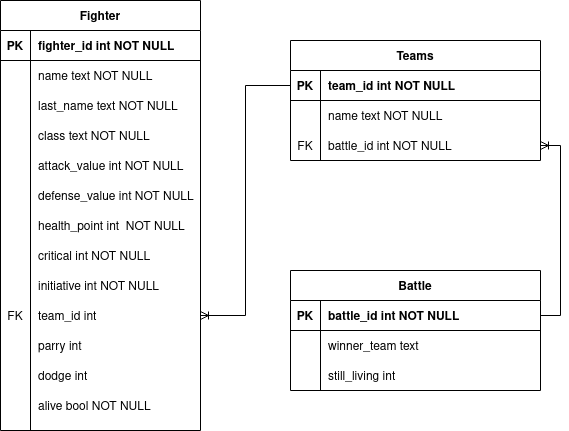
Earlier version of the draw.io export uml_database.drawio.png (nomisirenh/auto_combat_game). Source tidied: cells renumbered, new cells last; positions are measured from the earlier drawing's top-left corner, leaving out a move shared by most shapes.
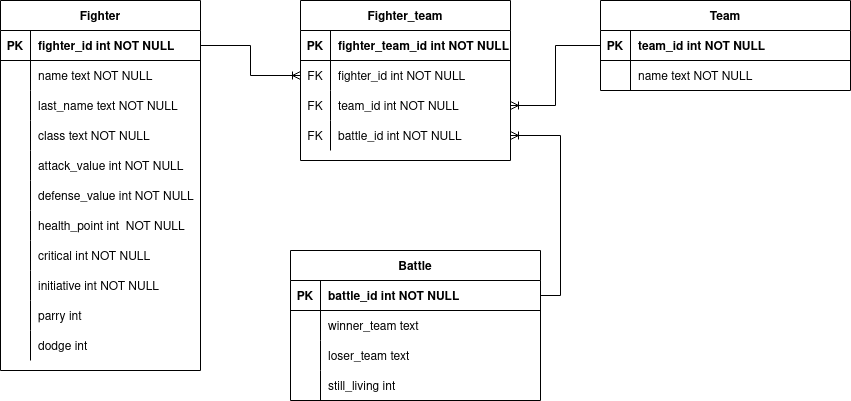
Above is the later version.

Commit message:
Create table and correct UML

Change to the diagram source:
```diff
@@ -2,8 +2,8 @@
   <root>
     <mxCell id="0" />
     <mxCell id="1" parent="0" />
-    <mxCell id="2" value="Teams" style="shape=table;startSize=30;rowLines=0;fontStyle=1;align=center;" parent="1" vertex="1">
-      <mxGeometry x="290" y="40" width="250" height="120" as="geometry" />
+    <mxCell id="2" value="Team" style="shape=table;startSize=30;rowLines=0;fontStyle=1;align=center;" parent="1" vertex="1">
+      <mxGeometry x="530" width="250" height="90" as="geometry" />
     </mxCell>
     <mxCell id="3" style="shape=partialRectangle;fillColor=none;points=[[0,0.5],[1,0.5]];portConstraint=eastwest;top=0;left=0;right=0;bottom=1;" parent="2" vertex="1">
       <mxGeometry y="30" width="250" height="30" as="geometry" />
@@ -23,17 +23,8 @@
     <mxCell id="8" value="name text NOT NULL" style="shape=partialRectangle;overflow=hidden;fillColor=none;top=0;left=0;bottom=0;right=0;align=left;spacingLeft=6;" parent="6" vertex="1">
       <mxGeometry x="30" width="220" height="30" as="geometry" />
     </mxCell>
-    <mxCell id="9" style="shape=partialRectangle;fillColor=none;points=[[0,0.5],[1,0.5]];portConstraint=eastwest;top=0;left=0;right=0;bottom=0;" parent="2" vertex="1">
-      <mxGeometry y="90" width="250" height="30" as="geometry" />
-    </mxCell>
-    <mxCell id="10" value="FK" style="shape=partialRectangle;overflow=hidden;fillColor=none;top=0;left=0;bottom=0;right=0;" parent="9" vertex="1">
-      <mxGeometry width="30" height="30" as="geometry" />
-    </mxCell>
-    <mxCell id="11" value="battle_id int NOT NULL" style="shape=partialRectangle;overflow=hidden;fillColor=none;top=0;left=0;bottom=0;right=0;align=left;spacingLeft=6;" parent="9" vertex="1">
-      <mxGeometry x="30" width="220" height="30" as="geometry" />
-    </mxCell>
     <mxCell id="12" value="Battle" style="shape=table;startSize=30;rowLines=0;fontStyle=1;align=center;" parent="1" vertex="1">
-      <mxGeometry x="290" y="270" width="250" height="120" as="geometry" />
+      <mxGeometry x="220" y="250" width="250" height="150" as="geometry" />
     </mxCell>
     <mxCell id="13" style="shape=partialRectangle;fillColor=none;points=[[0,0.5],[1,0.5]];portConstraint=eastwest;top=0;left=0;right=0;bottom=1;" parent="12" vertex="1">
       <mxGeometry y="30" width="250" height="30" as="geometry" />
@@ -53,8 +44,17 @@
     <mxCell id="18" value="winner_team text " style="shape=partialRectangle;overflow=hidden;fillColor=none;top=0;left=0;bottom=0;right=0;align=left;spacingLeft=6;" parent="16" vertex="1">
       <mxGeometry x="30" width="220" height="30" as="geometry" />
     </mxCell>
+    <mxCell id="9" style="shape=partialRectangle;fillColor=none;points=[[0,0.5],[1,0.5]];portConstraint=eastwest;top=0;left=0;right=0;bottom=0;" parent="12" vertex="1">
+      <mxGeometry y="90" width="250" height="30" as="geometry" />
+    </mxCell>
+    <mxCell id="64" style="shape=partialRectangle;overflow=hidden;fillColor=none;top=0;left=0;bottom=0;right=0;" parent="9" vertex="1">
+      <mxGeometry width="30" height="30" as="geometry" />
+    </mxCell>
+    <mxCell id="65" value="loser_team text" style="shape=partialRectangle;overflow=hidden;fillColor=none;top=0;left=0;bottom=0;right=0;align=left;spacingLeft=6;" parent="9" vertex="1">
+      <mxGeometry x="30" width="220" height="30" as="geometry" />
+    </mxCell>
     <mxCell id="19" style="shape=partialRectangle;fillColor=none;top=0;left=0;right=0;bottom=0;" parent="12" vertex="1">
-      <mxGeometry y="90" width="250" height="30" as="geometry" />
+      <mxGeometry y="120" width="250" height="30" as="geometry" />
     </mxCell>
     <mxCell id="20" style="shape=partialRectangle;overflow=hidden;fillColor=none;top=0;left=0;bottom=0;right=0;" parent="19" vertex="1">
       <mxGeometry width="30" height="30" as="geometry" />
@@ -63,7 +63,7 @@
       <mxGeometry x="30" width="220" height="30" as="geometry" />
     </mxCell>
     <mxCell id="22" value="Fighter" style="shape=table;startSize=30;rowLines=0;fontStyle=1;align=center;" parent="1" vertex="1">
-      <mxGeometry width="200" height="430" as="geometry" />
+      <mxGeometry x="-70" width="200" height="370" as="geometry" />
     </mxCell>
     <mxCell id="23" style="shape=partialRectangle;fillColor=none;top=0;left=0;bottom=1;right=0;points=[[0,0.5],[1,0.5]];portConstraint=eastwest;" parent="22" vertex="1">
       <mxGeometry y="30" width="200" height="30" as="geometry" />
@@ -146,17 +146,8 @@
     <mxCell id="49" value="initiative int NOT NULL" style="shape=partialRectangle;fillColor=none;top=0;left=0;bottom=0;right=0;align=left;spacingLeft=6;overflow=hidden;" parent="47" vertex="1">
       <mxGeometry x="30" width="170" height="30" as="geometry" />
     </mxCell>
-    <mxCell id="50" style="shape=partialRectangle;fillColor=none;top=0;left=0;bottom=0;right=0;points=[[0,0.5],[1,0.5]];portConstraint=eastwest;" parent="22" vertex="1">
-      <mxGeometry y="300" width="200" height="30" as="geometry" />
-    </mxCell>
-    <mxCell id="51" value="FK" style="shape=partialRectangle;fillColor=none;top=0;left=0;bottom=0;right=0;overflow=hidden;" parent="50" vertex="1">
-      <mxGeometry width="30" height="30" as="geometry" />
-    </mxCell>
-    <mxCell id="52" value="team_id int" style="shape=partialRectangle;fillColor=none;top=0;left=0;bottom=0;right=0;align=left;spacingLeft=6;overflow=hidden;" parent="50" vertex="1">
-      <mxGeometry x="30" width="170" height="30" as="geometry" />
-    </mxCell>
     <mxCell id="53" style="shape=partialRectangle;fillColor=none;top=0;left=0;bottom=0;right=0;" parent="22" vertex="1">
-      <mxGeometry y="330" width="200" height="30" as="geometry" />
+      <mxGeometry y="300" width="200" height="30" as="geometry" />
     </mxCell>
     <mxCell id="54" style="shape=partialRectangle;fillColor=none;top=0;left=0;bottom=0;right=0;overflow=hidden;" parent="53" vertex="1">
       <mxGeometry width="30" height="30" as="geometry" />
@@ -165,7 +156,7 @@
       <mxGeometry x="30" width="170" height="30" as="geometry" />
     </mxCell>
     <mxCell id="56" style="shape=partialRectangle;fillColor=none;top=0;left=0;bottom=0;right=0;" parent="22" vertex="1">
-      <mxGeometry y="360" width="200" height="30" as="geometry" />
+      <mxGeometry y="330" width="200" height="30" as="geometry" />
     </mxCell>
     <mxCell id="57" style="shape=partialRectangle;fillColor=none;top=0;left=0;bottom=0;right=0;overflow=hidden;" parent="56" vertex="1">
       <mxGeometry width="30" height="30" as="geometry" />
@@ -173,20 +164,53 @@
     <mxCell id="58" value="dodge int" style="shape=partialRectangle;fillColor=none;top=0;left=0;bottom=0;right=0;align=left;spacingLeft=6;overflow=hidden;" parent="56" vertex="1">
       <mxGeometry x="30" width="170" height="30" as="geometry" />
     </mxCell>
-    <mxCell id="59" style="shape=partialRectangle;fillColor=none;top=0;left=0;bottom=0;right=0;" parent="22" vertex="1">
-      <mxGeometry y="390" width="200" height="30" as="geometry" />
-    </mxCell>
-    <mxCell id="60" style="shape=partialRectangle;fillColor=none;top=0;left=0;bottom=0;right=0;overflow=hidden;" parent="59" vertex="1">
-      <mxGeometry width="30" height="30" as="geometry" />
-    </mxCell>
-    <mxCell id="61" value="alive bool NOT NULL" style="shape=partialRectangle;fillColor=none;top=0;left=0;bottom=0;right=0;align=left;spacingLeft=6;overflow=hidden;" parent="59" vertex="1">
-      <mxGeometry x="30" width="170" height="30" as="geometry" />
-    </mxCell>
-    <mxCell id="62" style="edgeStyle=orthogonalEdgeStyle;rounded=0;jettySize=auto;html=1;exitX=1;exitY=0.5;exitDx=0;exitDy=0;entryX=0;entryY=0.5;entryDx=0;entryDy=0;startArrow=ERoneToMany;startFill=0;endArrow=none;endFill=0;" parent="1" edge="1" source="50" target="3">
-      <mxGeometry relative="1" as="geometry" />
-    </mxCell>
-    <mxCell id="63" style="edgeStyle=orthogonalEdgeStyle;rounded=0;jettySize=auto;html=1;exitX=1;exitY=0.5;exitDx=0;exitDy=0;entryX=1;entryY=0.5;entryDx=0;entryDy=0;startArrow=ERoneToMany;startFill=0;endArrow=none;endFill=0;" parent="1" edge="1" source="9" target="13">
-      <mxGeometry relative="1" as="geometry" />
-    </mxCell>
+    <mxCell id="66" value="Fighter_team" style="shape=table;startSize=30;rowLines=0;fontStyle=1;align=center;" parent="1" vertex="1">
+      <mxGeometry x="230" width="210" height="160" as="geometry" />
+    </mxCell>
+    <mxCell id="67" style="shape=partialRectangle;fillColor=none;top=0;left=0;bottom=1;right=0;" parent="66" vertex="1">
+      <mxGeometry y="30" width="210" height="30" as="geometry" />
+    </mxCell>
+    <mxCell id="68" value="PK" style="shape=partialRectangle;fillColor=none;top=0;left=0;bottom=0;right=0;fontStyle=1;overflow=hidden;" parent="67" vertex="1">
+      <mxGeometry width="30" height="30" as="geometry" />
+    </mxCell>
+    <mxCell id="69" value="fighter_team_id int NOT NULL" style="shape=partialRectangle;fillColor=none;top=0;left=0;bottom=0;right=0;align=left;spacingLeft=6;fontStyle=1;overflow=hidden;" parent="67" vertex="1">
+      <mxGeometry x="30" width="180" height="30" as="geometry" />
+    </mxCell>
+    <mxCell id="70" style="shape=partialRectangle;fillColor=none;top=0;left=0;bottom=0;right=0;points=[[0,0.5],[1,0.5]];portConstraint=eastwest;" parent="66" vertex="1">
+      <mxGeometry y="60" width="210" height="30" as="geometry" />
+    </mxCell>
+    <mxCell id="71" value="FK" style="shape=partialRectangle;fillColor=none;top=0;left=0;bottom=0;right=0;overflow=hidden;" parent="70" vertex="1">
+      <mxGeometry width="30" height="30" as="geometry" />
+    </mxCell>
+    <mxCell id="72" value="fighter_id int NOT NULL" style="shape=partialRectangle;fillColor=none;top=0;left=0;bottom=0;right=0;align=left;spacingLeft=6;overflow=hidden;" parent="70" vertex="1">
+      <mxGeometry x="30" width="180" height="30" as="geometry" />
+    </mxCell>
+    <mxCell id="73" style="shape=partialRectangle;fillColor=none;top=0;left=0;bottom=0;right=0;points=[[0,0.5],[1,0.5]];portConstraint=eastwest;" parent="66" vertex="1">
+      <mxGeometry y="90" width="210" height="30" as="geometry" />
+    </mxCell>
+    <mxCell id="74" value="FK" style="shape=partialRectangle;fillColor=none;top=0;left=0;bottom=0;right=0;overflow=hidden;" parent="73" vertex="1">
+      <mxGeometry width="30" height="30" as="geometry" />
+    </mxCell>
+    <mxCell id="75" value="team_id int NOT NULL" style="shape=partialRectangle;fillColor=none;top=0;left=0;bottom=0;right=0;align=left;spacingLeft=6;overflow=hidden;" parent="73" vertex="1">
+      <mxGeometry x="30" width="180" height="30" as="geometry" />
+    </mxCell>
+    <mxCell id="76" style="shape=partialRectangle;fillColor=none;top=0;left=0;bottom=0;right=0;points=[[0,0.5],[1,0.5]];portConstraint=eastwest;" parent="66" vertex="1">
+      <mxGeometry y="120" width="210" height="30" as="geometry" />
+    </mxCell>
+    <mxCell id="77" value="FK" style="shape=partialRectangle;fillColor=none;top=0;left=0;bottom=0;right=0;overflow=hidden;" parent="76" vertex="1">
+      <mxGeometry width="30" height="30" as="geometry" />
+    </mxCell>
+    <mxCell id="11" value="battle_id int NOT NULL" style="shape=partialRectangle;fillColor=none;top=0;left=0;bottom=0;right=0;align=left;spacingLeft=6;overflow=hidden;" parent="76" vertex="1">
+      <mxGeometry x="30" width="180" height="30" as="geometry" />
+    </mxCell>
+    <mxCell id="78" style="edgeStyle=orthogonalEdgeStyle;rounded=0;jettySize=auto;html=1;exitX=0;exitY=0.5;exitDx=0;exitDy=0;entryX=1;entryY=0.5;entryDx=0;entryDy=0;startArrow=ERoneToMany;startFill=0;endArrow=none;endFill=0;" parent="1" edge="1" source="70" target="23">
+      <mxGeometry relative="1" as="geometry" />
+    </mxCell>
+    <mxCell id="79" style="edgeStyle=orthogonalEdgeStyle;rounded=0;jettySize=auto;html=1;exitX=1;exitY=0.5;exitDx=0;exitDy=0;entryX=0;entryY=0.5;entryDx=0;entryDy=0;startArrow=ERoneToMany;startFill=0;endArrow=none;endFill=0;" parent="1" edge="1" source="73" target="3">
+      <mxGeometry relative="1" as="geometry" />
+    </mxCell>
+    <mxCell id="80" style="edgeStyle=orthogonalEdgeStyle;rounded=0;jettySize=auto;html=1;exitX=1;exitY=0.5;exitDx=0;exitDy=0;entryX=1;entryY=0.5;entryDx=0;entryDy=0;startArrow=ERoneToMany;startFill=0;endArrow=none;endFill=0;" parent="1" edge="1" source="76" target="13">
+      <mxGeometry relative="1" as="geometry" />
+    </mxCell>
   </root>
 </mxGraphModel>
```
